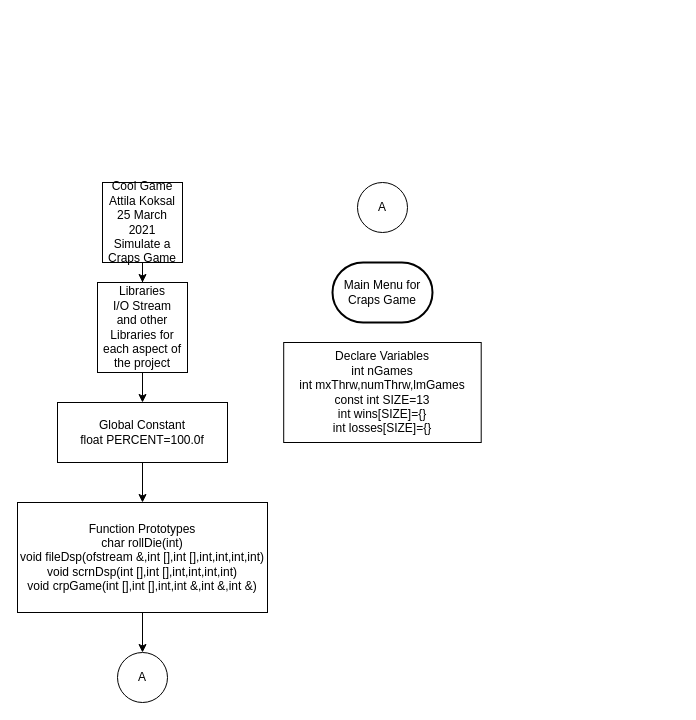
Before: Lab/CrapsFlowchart.drawio in ak2798094/KoksalAttila_CIS17A_43396, a draw.io diagram. Source tidied: cells renumbered, new cells numbered last; positions are measured from the earlier drawing's top-left corner, leaving out a move shared by most shapes. Both pictures are drawn from the tidied source at 100%, with x=0, y=0 at pixel (17, 182).
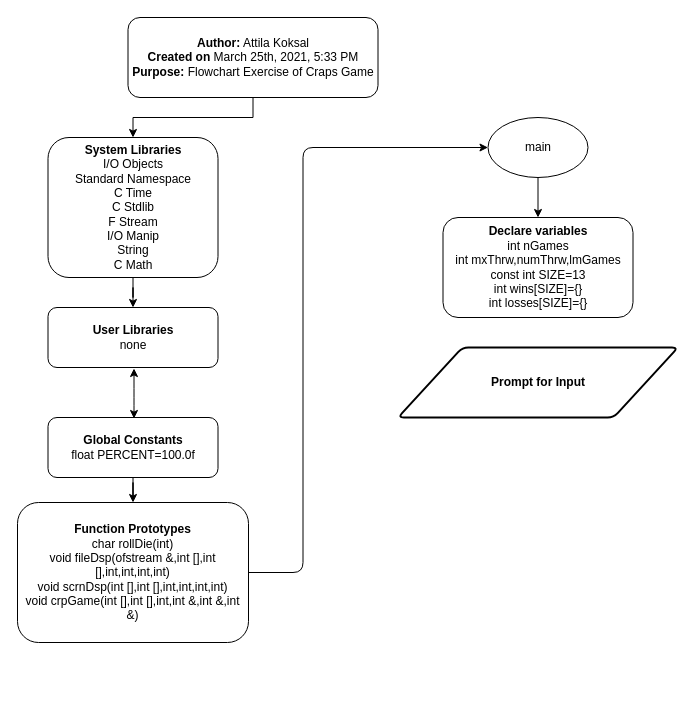
The same page after the edit.

Commit message:
Signed-off-by: ak2798094 <akoksal@student.rccd.edu>

What changed in the source:
```diff
@@
 <mxGraphModel>
   <root>
     <mxCell id="0" />
     <mxCell id="1" parent="0" />
-    <mxCell id="2" value="A" style="ellipse;whiteSpace=wrap;html=1;" parent="1" vertex="1">
-      <mxGeometry x="340" width="50" height="50" as="geometry" />
-    </mxCell>
-    <mxCell id="3" value="Main Menu for Craps Game" style="strokeWidth=2;html=1;shape=mxgraph.flowchart.terminator;whiteSpace=wrap;" parent="1" vertex="1">
-      <mxGeometry x="315" y="80" width="100" height="60" as="geometry" />
-    </mxCell>
-    <mxCell id="4" value="Declare Variables&lt;br&gt;int nGames&lt;br&gt;int mxThrw,numThrw,lmGames&lt;br&gt;const int SIZE=13&lt;br&gt;int wins[SIZE]={}&lt;br&gt;int losses[SIZE]={}" style="rounded=0;whiteSpace=wrap;html=1;" parent="1" vertex="1">
-      <mxGeometry x="266.2" y="160" width="197.5" height="100" as="geometry" />
-    </mxCell>
-    <mxCell id="5" value="Cool Game&lt;br&gt;Attila Koksal&lt;br&gt;25 March 2021&lt;br&gt;Simulate a Craps Game" style="whiteSpace=wrap;html=1;" parent="1" vertex="1">
-      <mxGeometry x="85" width="80" height="80" as="geometry" />
-    </mxCell>
-    <mxCell id="6" style="edgeStyle=orthogonalEdgeStyle;rounded=0;jettySize=auto;html=1;" parent="1" edge="1" source="7" target="11">
-      <mxGeometry relative="1" as="geometry" />
-    </mxCell>
-    <mxCell id="7" value="Libraries&lt;br&gt;I/O Stream&lt;br&gt;and other Libraries for each aspect of the project&lt;br&gt;" style="whiteSpace=wrap;html=1;" parent="1" vertex="1">
-      <mxGeometry x="80" y="100" width="90" height="90" as="geometry" />
-    </mxCell>
-    <mxCell id="8" style="edgeStyle=orthogonalEdgeStyle;rounded=0;jettySize=auto;html=1;" parent="1" edge="1" source="5" target="7">
-      <mxGeometry x="10" y="50" as="geometry" />
-    </mxCell>
-    <mxCell id="9" value="A" style="ellipse;whiteSpace=wrap;html=1;" parent="1" vertex="1">
-      <mxGeometry x="100" y="470" width="50" height="50" as="geometry" />
-    </mxCell>
-    <mxCell id="10" style="edgeStyle=orthogonalEdgeStyle;rounded=0;jettySize=auto;html=1;" parent="1" edge="1" source="11" target="13">
-      <mxGeometry relative="1" as="geometry" />
-    </mxCell>
-    <mxCell id="11" value="&lt;span&gt;Global Constant&lt;/span&gt;&lt;br&gt;&lt;span&gt;float PERCENT=100.0f&lt;/span&gt;" style="rounded=0;whiteSpace=wrap;html=1;" parent="1" vertex="1">
-      <mxGeometry x="40" y="220" width="170" height="60" as="geometry" />
-    </mxCell>
-    <mxCell id="12" style="edgeStyle=orthogonalEdgeStyle;rounded=0;jettySize=auto;html=1;" parent="1" edge="1" source="13" target="9">
-      <mxGeometry relative="1" as="geometry" />
-    </mxCell>
+    <mxCell id="14" style="edgeStyle=orthogonalEdgeStyle;rounded=0;jettySize=auto;html=1;" parent="1" edge="1" source="15" target="17">
+      <mxGeometry relative="1" as="geometry" />
+    </mxCell>
+    <mxCell id="15" value="&lt;b&gt;Author:&lt;/b&gt; Attila Koksal&lt;br&gt;&lt;b&gt;Created on&lt;/b&gt; March 25th, 2021, 5:33 PM&lt;br&gt;&lt;b&gt;Purpose:&lt;/b&gt; Flowchart Exercise of Craps Game" style="rounded=1;whiteSpace=wrap;html=1;" parent="1" vertex="1">
+      <mxGeometry x="110.5" y="-165" width="250" height="80" as="geometry" />
+    </mxCell>
+    <mxCell id="16" style="edgeStyle=orthogonalEdgeStyle;rounded=0;jettySize=auto;html=1;" parent="1" edge="1" source="17" target="18">
+      <mxGeometry relative="1" as="geometry" />
+    </mxCell>
+    <mxCell id="17" value="&lt;b&gt;System Libraries&lt;/b&gt;&lt;br&gt;I/O Objects&lt;br&gt;Standard Namespace&lt;br&gt;C Time&lt;br&gt;C Stdlib&lt;br&gt;F Stream&lt;br&gt;I/O Manip&lt;br&gt;String&lt;br&gt;C Math" style="rounded=1;whiteSpace=wrap;html=1;" parent="1" vertex="1">
+      <mxGeometry x="30.5" y="-45" width="170" height="140" as="geometry" />
+    </mxCell>
+    <mxCell id="18" value="&lt;b&gt;User Libraries&lt;/b&gt;&lt;br&gt;none" style="rounded=1;whiteSpace=wrap;html=1;" parent="1" vertex="1">
+      <mxGeometry x="30.5" y="125" width="170" height="60" as="geometry" />
+    </mxCell>
+    <mxCell id="19" style="edgeStyle=orthogonalEdgeStyle;rounded=0;jettySize=auto;html=1;" parent="1" edge="1" source="20" target="13">
+      <mxGeometry relative="1" as="geometry" />
+    </mxCell>
+    <mxCell id="20" value="&lt;b&gt;Global Constants&lt;/b&gt;&lt;br&gt;float PERCENT=100.0f" style="rounded=1;whiteSpace=wrap;html=1;" parent="1" vertex="1">
+      <mxGeometry x="30.5" y="235" width="170" height="60" as="geometry" />
+    </mxCell>
+    <mxCell id="21" style="endArrow=classic;startArrow=classic;html=1;" parent="1" edge="1">
+      <mxGeometry relative="1" as="geometry">
+        <mxPoint x="116.5" y="236" as="sourcePoint" />
+        <mxPoint x="116.5" y="186" as="targetPoint" />
+        <Array as="points">
+          <mxPoint x="116.5" y="216" />
+        </Array>
+      </mxGeometry>
+    </mxCell>
-    <mxCell id="13" value="&lt;span&gt;Function Prototypes&lt;/span&gt;&lt;br&gt;&lt;span&gt;char rollDie(int)&lt;/span&gt;&lt;br&gt;&lt;span&gt;void fileDsp(ofstream &amp;amp;,int [],int [],int,int,int,int)&lt;/span&gt;&lt;br&gt;&lt;span&gt;void scrnDsp(int [],int [],int,int,int,int)&lt;/span&gt;&lt;br&gt;&lt;span&gt;void crpGame(int [],int [],int,int &amp;amp;,int &amp;amp;,int &amp;amp;)&lt;/span&gt;" style="rounded=0;whiteSpace=wrap;html=1;" parent="1" vertex="1">
-      <mxGeometry y="320" width="250" height="110" as="geometry" />
+    <mxCell id="13" value="&lt;b&gt;Function Prototypes&lt;/b&gt;&lt;br&gt;char rollDie(int)&lt;br&gt;void fileDsp(ofstream &amp;amp;,int [],int [],int,int,int,int)&lt;br&gt;void scrnDsp(int [],int [],int,int,int,int)&lt;br&gt;void crpGame(int [],int [],int,int &amp;amp;,int &amp;amp;,int &amp;amp;)" style="rounded=1;whiteSpace=wrap;html=1;" parent="1" vertex="1">
+      <mxGeometry y="320" width="231" height="140" as="geometry" />
     </mxCell>
+    <mxCell id="22" style="edgeStyle=orthogonalEdgeStyle;rounded=0;jettySize=auto;html=1;" parent="1" edge="1" source="23" target="25">
+      <mxGeometry relative="1" as="geometry" />
+    </mxCell>
+    <mxCell id="23" value="main" style="ellipse;whiteSpace=wrap;html=1;" parent="1" vertex="1">
+      <mxGeometry x="470.5" y="-65" width="100" height="60" as="geometry" />
+    </mxCell>
+    <mxCell id="24" style="edgeStyle=elbowEdgeStyle;elbow=horizontal;endArrow=classic;html=1;exitX=1;exitY=0.5;exitDx=0;exitDy=0;" parent="1" edge="1" source="13">
+      <mxGeometry relative="1" as="geometry">
+        <mxPoint x="470.5" y="-35" as="targetPoint" />
+        <Array as="points">
+          <mxPoint x="285.5" y="-35" />
+        </Array>
+      </mxGeometry>
+    </mxCell>
+    <mxCell id="25" value="&lt;b&gt;Declare variables&lt;br&gt;&lt;/b&gt;int nGames&lt;br&gt;int mxThrw,numThrw,lmGames&lt;br&gt;const int SIZE=13&lt;br&gt;int wins[SIZE]={}&lt;br&gt;int losses[SIZE]={}" style="rounded=1;whiteSpace=wrap;html=1;" parent="1" vertex="1">
+      <mxGeometry x="425.5" y="35" width="190" height="100" as="geometry" />
+    </mxCell>
+    <mxCell id="26" value="&lt;b&gt;Prompt for Input&lt;/b&gt;&lt;br&gt;" style="shape=parallelogram;html=1;strokeWidth=2;perimeter=parallelogramPerimeter;whiteSpace=wrap;rounded=1;arcSize=12;size=0.23;" parent="1" vertex="1">
+      <mxGeometry x="380.5" y="165" width="280" height="70" as="geometry" />
+    </mxCell>
   </root>
 </mxGraphModel>
```
